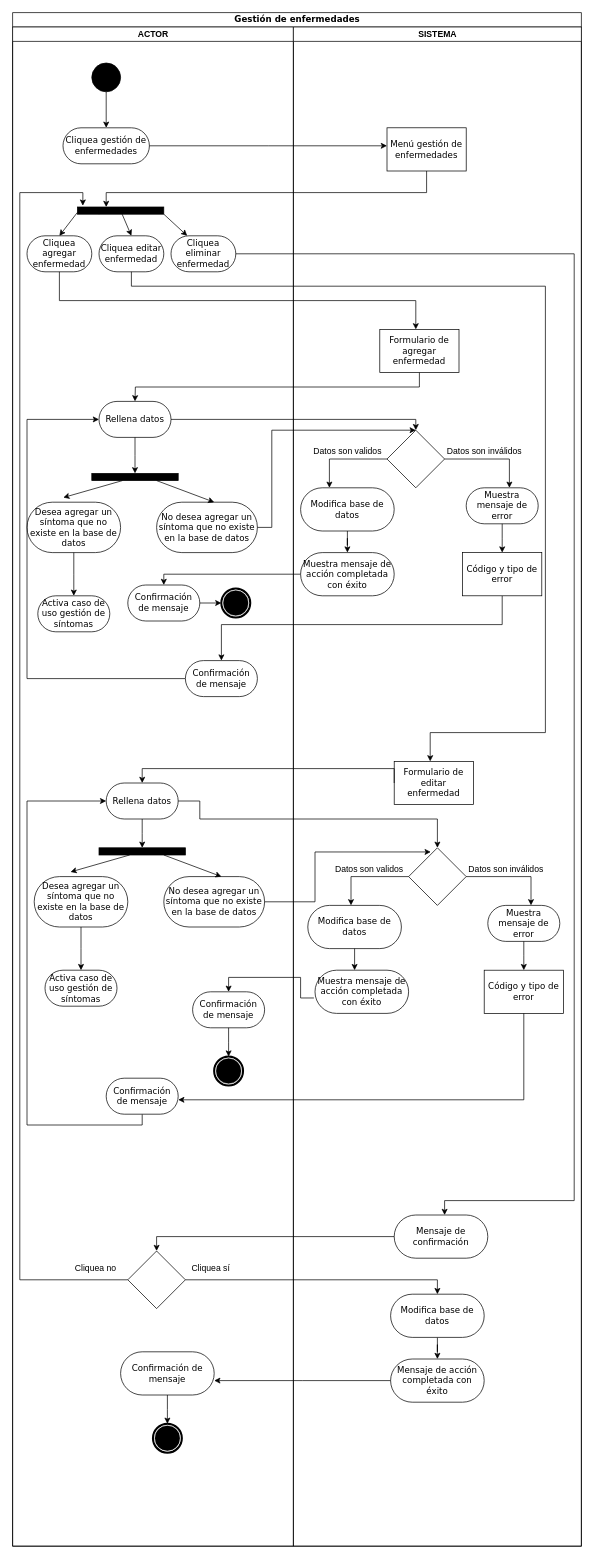
NeutronBlast/IS-Ex keeps this draw.io diagram as page "GE" (1 of 3) of MET/Gestion de enfermedades.drawio. Above is the earlier version. Source tidied: cells renumbered, new cells numbered last; positions are measured from the earlier drawing's top-left corner, leaving out a move shared by most shapes. Both pictures are drawn from the tidied source at 72%, with x=0, y=0 at pixel (12, 12).
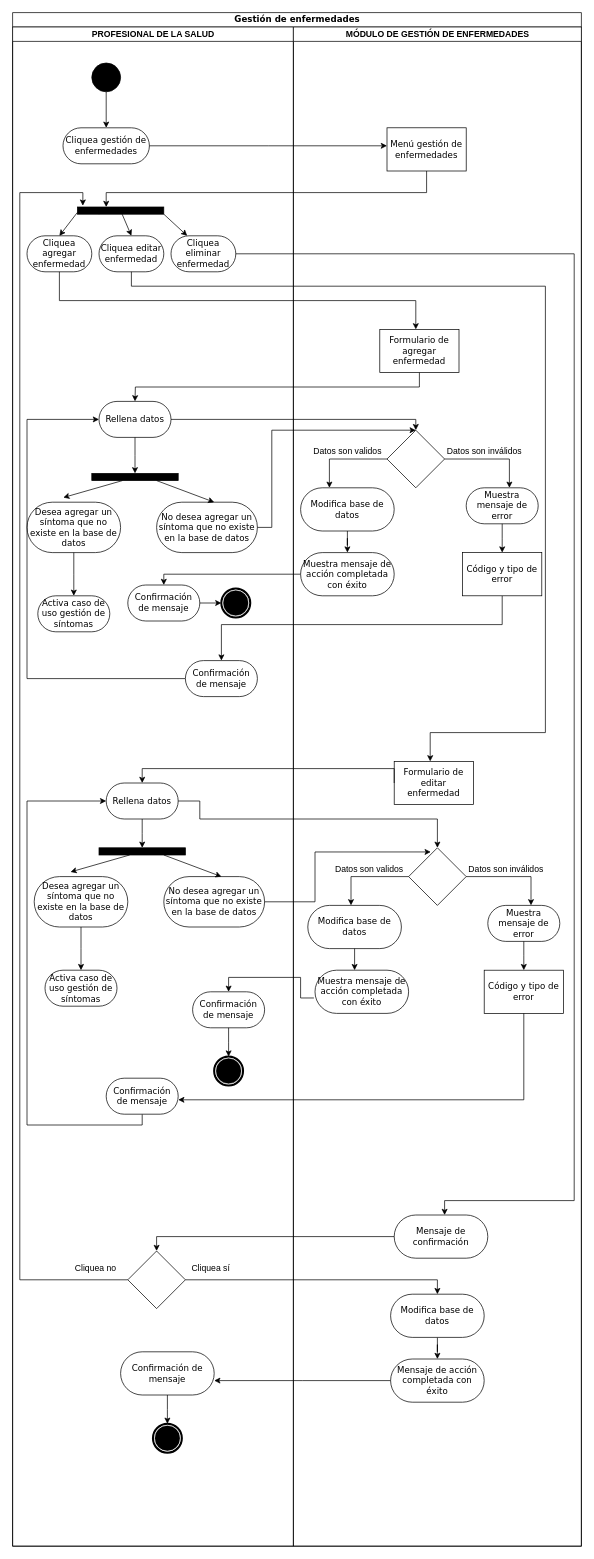
The same diagram, later.

The change refers to these unchanged cells:
```xml
<mxCell id="2" value="Gestión de enfermedades" style="swimlane;html=1;startSize=20;rounded=0;shadow=0;comic=0;labelBackgroundColor=none;strokeWidth=1;fontFamily=Verdana;fontSize=12;align=center;" parent="1" vertex="1">
  <mxGeometry width="790" height="2130" as="geometry" />
</mxCell>
```

Diff of the diagram source:
```diff
@@
-    <mxCell id="3" value="ACTOR" style="swimlane;html=1;startSize=20;" parent="2" vertex="1">
+    <mxCell id="3" value="PROFESIONAL DE LA SALUD" style="swimlane;html=1;startSize=20;" parent="2" vertex="1">
       <mxGeometry y="20" width="390" height="2110" as="geometry" />
     </mxCell>
@@
-    <mxCell id="49" value="SISTEMA" style="swimlane;html=1;startSize=20;" parent="2" vertex="1">
+    <mxCell id="49" value="MÓDULO DE GESTIÓN DE ENFERMEDADES" style="swimlane;html=1;startSize=20;" parent="2" vertex="1">
       <mxGeometry x="390" y="20" width="400" height="2110" as="geometry" />
     </mxCell>
```
